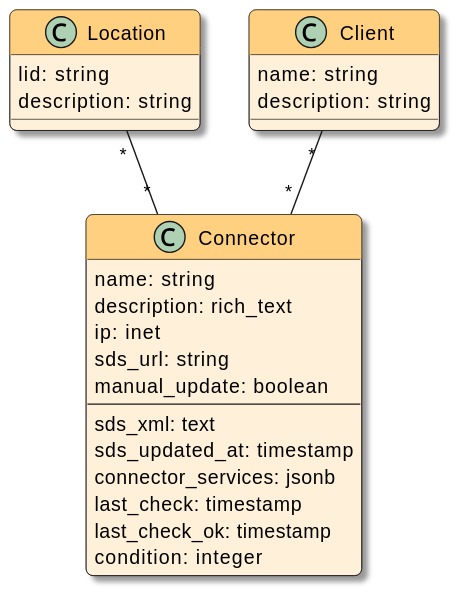
swobspace/cocard keeps this PlantUML diagram as docs/devnotes/_images/models.svg. Above is the earlier version.
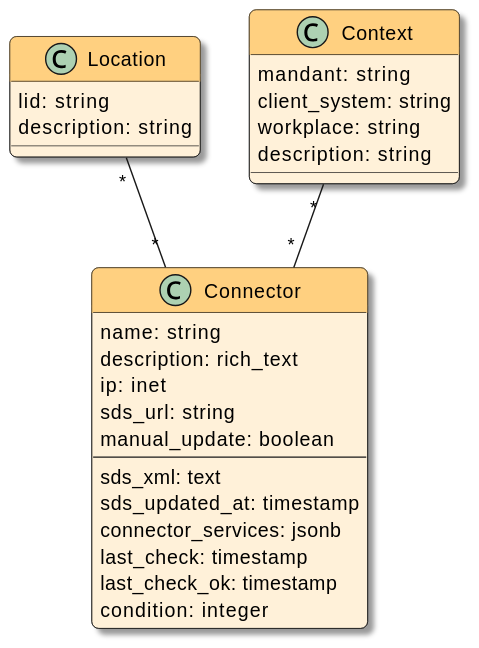
After the commit.

Commit message:
remove Client, add Context for soap requests

The edit, as a diff of the source:
```diff
@@ -23,11 +23,13 @@
   description: string
 }
 
-class Client {
-  name: string
+class Context {
+  mandant: string
+  client_system: string
+  workplace: string
   description: string
 }
 
 Location "*" -- "*" Connector
-Client "*" -- "*" Connector
+Context "*" -- "*" Connector
 @enduml
```
